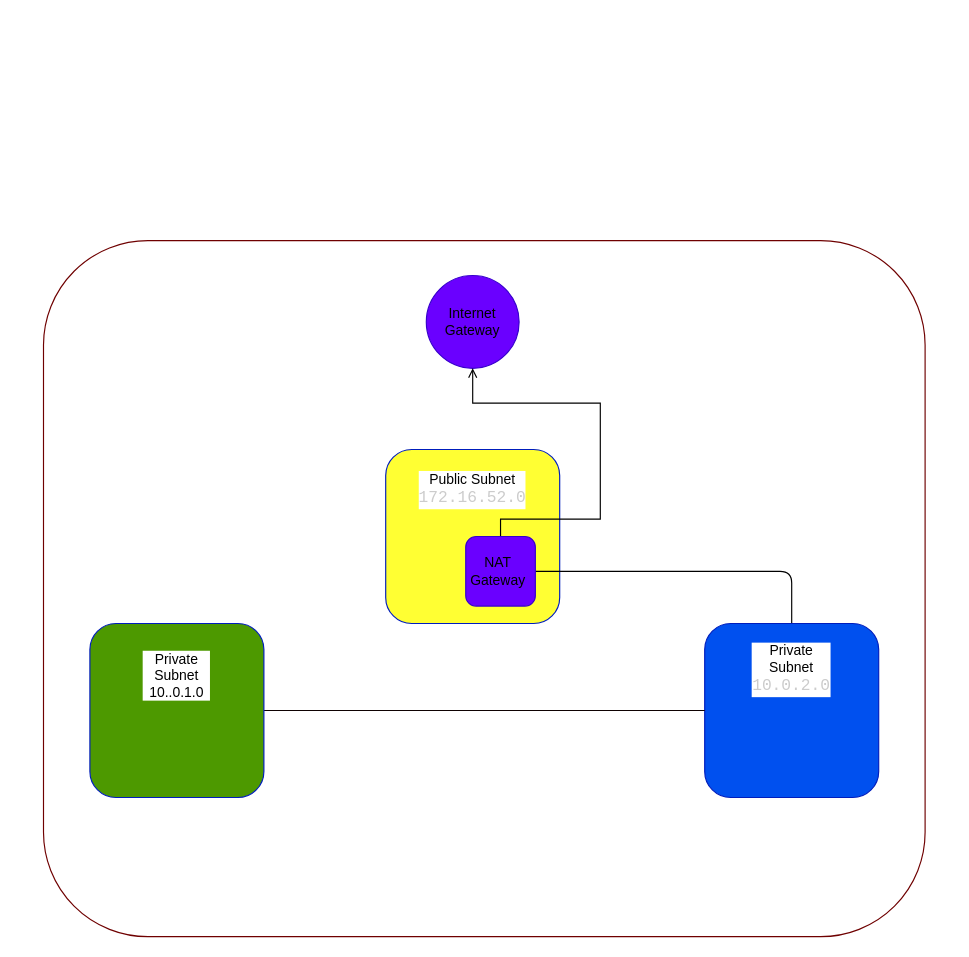
Before: Networking/Network_diagram_assignment6.drawio in techgrounds/techgrounds-Jeroen-Immerzeel, a draw.io diagram. Source tidied: cells renumbered, new cells numbered last; positions are measured from the earlier drawing's top-left corner, leaving out a move shared by most shapes. Both pictures are drawn from the tidied source at 116%, with x=0, y=0 at pixel (43, 240).
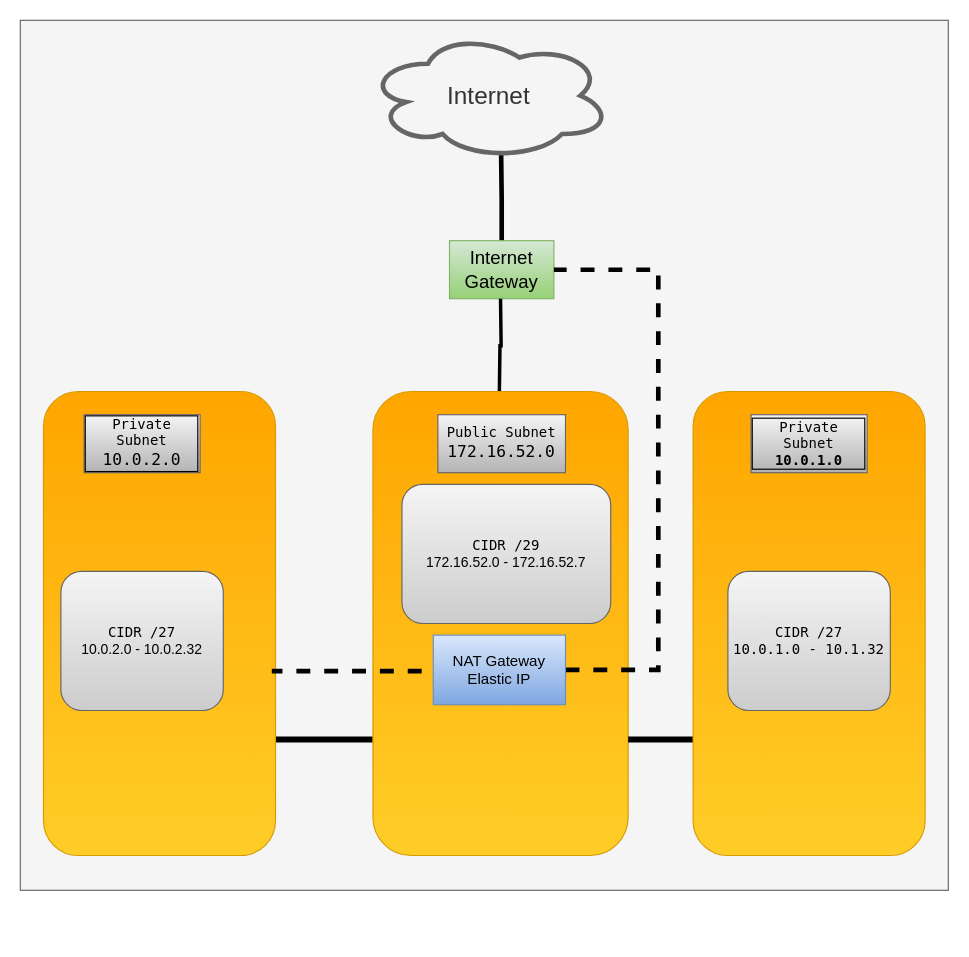
The same diagram, later.

The edit, as a diff of the source:
```diff
@@
-    <mxCell id="2" style="rounded=1;whiteSpace=wrap;html=1;fillColor=#FFFFFF;fontColor=#ffffff;strokeColor=#6F0000;" parent="1" vertex="1">
-      <mxGeometry width="760" height="600" as="geometry" />
-    </mxCell>
-    <mxCell id="3" style="rounded=1;whiteSpace=wrap;html=1;fillColor=#FFFF33;fontColor=#ffffff;strokeColor=#001DBC;" parent="1" vertex="1">
-      <mxGeometry x="295" y="180" width="150" height="150" as="geometry" />
-    </mxCell>
-    <mxCell id="4" style="edgeStyle=orthogonalEdgeStyle;rounded=1;jettySize=auto;html=1;exitX=0.5;exitY=0;exitDx=0;exitDy=0;entryX=1;entryY=0.5;entryDx=0;entryDy=0;strokeColor=#000000;endArrow=none;endFill=0;" parent="1" edge="1" source="5" target="11">
-      <mxGeometry relative="1" as="geometry">
-        <Array as="points">
-          <mxPoint x="645" y="285" />
-        </Array>
-      </mxGeometry>
-    </mxCell>
-    <mxCell id="5" style="rounded=1;whiteSpace=wrap;html=1;fillColor=#0050ef;fontColor=#ffffff;strokeColor=#001DBC;" parent="1" vertex="1">
-      <mxGeometry x="570" y="330" width="150" height="150" as="geometry" />
-    </mxCell>
-    <mxCell id="6" style="ellipse;whiteSpace=wrap;html=1;fillColor=#6a00ff;fontColor=#ffffff;strokeColor=#3700CC;" parent="1" vertex="1">
-      <mxGeometry x="330" y="30" width="80" height="80" as="geometry" />
-    </mxCell>
+    <mxCell id="16" style="rounded=0;whiteSpace=wrap;html=1;fillColor=#f5f5f5;strokeColor=#666666;fontColor=#333333;" parent="1" vertex="1">
+      <mxGeometry x="-20" y="-190" width="800" height="750" as="geometry" />
+    </mxCell>
+    <mxCell id="17" style="edgeStyle=orthogonalEdgeStyle;rounded=0;jettySize=auto;html=1;exitX=0;exitY=0.25;exitDx=0;exitDy=0;entryX=1;entryY=0.25;entryDx=0;entryDy=0;strokeWidth=5;endArrow=none;endFill=0;strokeColor=#000000;" parent="1" edge="1" source="18" target="21">
+      <mxGeometry relative="1" as="geometry" />
+    </mxCell>
+    <mxCell id="18" style="rounded=1;whiteSpace=wrap;html=1;direction=west;fillColor=#ffcd28;gradientColor=#ffa500;strokeColor=#d79b00;" parent="1" vertex="1">
+      <mxGeometry y="130" width="200" height="400" as="geometry" />
+    </mxCell>
+    <mxCell id="19" style="edgeStyle=orthogonalEdgeStyle;rounded=0;jettySize=auto;html=1;exitX=0.5;exitY=0;exitDx=0;exitDy=0;entryX=0.55;entryY=0.95;entryDx=0;entryDy=0;entryPerimeter=0;strokeColor=#000000;strokeWidth=4;endArrow=none;endFill=0;" parent="1" edge="1" source="7" target="26">
+      <mxGeometry relative="1" as="geometry" />
+    </mxCell>
-    <mxCell id="7" value="Internet Gateway" style="text;strokeColor=none;align=center;fillColor=none;html=1;verticalAlign=middle;whiteSpace=wrap;rounded=0;" parent="1" vertex="1">
-      <mxGeometry x="340" y="55" width="60" height="30" as="geometry" />
+    <mxCell id="7" value="Internet Gateway" style="text;strokeColor=#82b366;align=center;fillColor=#d5e8d4;html=1;verticalAlign=middle;whiteSpace=wrap;rounded=0;fontSize=16;gradientColor=#97d077;fontColor=#000000;" parent="1" vertex="1">
+      <mxGeometry x="350" width="90" height="50" as="geometry" />
     </mxCell>
+    <mxCell id="20" style="edgeStyle=orthogonalEdgeStyle;rounded=0;orthogonalLoop=1;jettySize=auto;html=1;exitX=0.5;exitY=1;exitDx=0;exitDy=0;entryX=0.5;entryY=1;entryDx=0;entryDy=0;fontColor=#000000;strokeWidth=3;strokeColor=#000000;endArrow=none;endFill=0;" parent="1" edge="1">
+      <mxGeometry relative="1" as="geometry">
+        <mxPoint x="393" y="130" as="sourcePoint" />
+        <mxPoint x="394" y="50" as="targetPoint" />
+      </mxGeometry>
+    </mxCell>
+    <mxCell id="21" style="rounded=1;whiteSpace=wrap;html=1;direction=west;fillColor=#ffcd28;gradientColor=#ffa500;strokeColor=#d79b00;" parent="1" vertex="1">
+      <mxGeometry x="284" y="130" width="220" height="400" as="geometry" />
+    </mxCell>
+    <mxCell id="22" style="edgeStyle=orthogonalEdgeStyle;rounded=0;jettySize=auto;html=1;exitX=1;exitY=0.25;exitDx=0;exitDy=0;entryX=0;entryY=0.25;entryDx=0;entryDy=0;endArrow=none;endFill=0;strokeColor=#000000;strokeWidth=5;" parent="1" edge="1" source="23" target="21">
+      <mxGeometry relative="1" as="geometry" />
+    </mxCell>
+    <mxCell id="23" style="rounded=1;whiteSpace=wrap;html=1;direction=west;glass=0;shadow=0;fillColor=#ffcd28;strokeColor=#d79b00;gradientColor=#ffa500;" parent="1" vertex="1">
+      <mxGeometry x="560" y="130" width="200" height="400" as="geometry" />
+    </mxCell>
+    <mxCell id="24" style="edgeStyle=orthogonalEdgeStyle;rounded=0;jettySize=auto;html=1;exitX=1;exitY=0.5;exitDx=0;exitDy=0;entryX=1;entryY=0.5;entryDx=0;entryDy=0;strokeWidth=4;strokeColor=#000000;endArrow=none;endFill=0;dashed=1;" parent="1" edge="1" source="12" target="7">
+      <mxGeometry relative="1" as="geometry">
+        <Array as="points">
+          <mxPoint x="530" y="370" />
+          <mxPoint x="530" y="25" />
+        </Array>
+      </mxGeometry>
+    </mxCell>
+    <mxCell id="25" style="edgeStyle=orthogonalEdgeStyle;rounded=0;orthogonalLoop=1;jettySize=auto;html=1;exitX=0;exitY=0.5;exitDx=0;exitDy=0;entryX=0.006;entryY=0.405;entryDx=0;entryDy=0;entryPerimeter=0;dashed=1;endArrow=none;endFill=0;strokeWidth=4;strokeColor=#000000;" parent="1" edge="1">
+      <mxGeometry relative="1" as="geometry">
+        <mxPoint x="350" y="371" as="sourcePoint" />
+        <mxPoint x="198.8" y="369" as="targetPoint" />
+        <Array as="points">
+          <mxPoint x="199" y="371" />
+        </Array>
+      </mxGeometry>
+    </mxCell>
+    <mxCell id="12" value="NAT Gateway&lt;br style=&quot;font-size: 13px;&quot;&gt;Elastic IP" style="text;strokeColor=#6c8ebf;align=center;fillColor=#dae8fc;html=1;verticalAlign=middle;whiteSpace=wrap;rounded=0;gradientColor=#7ea6e0;fontColor=#000000;fontSize=13;" parent="1" vertex="1">
+      <mxGeometry x="336" y="340" width="114" height="60" as="geometry" />
+    </mxCell>
+    <mxCell id="9" value="Private Subnet&lt;br&gt;&lt;div style=&quot;font-size: 14px; line-height: 19px;&quot;&gt;10.0.2.0&lt;/div&gt;" style="text;strokeColor=#666666;align=center;fillColor=#f5f5f5;html=1;verticalAlign=middle;whiteSpace=wrap;rounded=0;labelBackgroundColor=none;labelBorderColor=default;gradientColor=#b3b3b3;fontColor=#000000;fontFamily=Lucida Console;" parent="1" vertex="1">
+      <mxGeometry x="35" y="150" width="100" height="50" as="geometry" />
+    </mxCell>
+    <mxCell id="15" value="Private Subnet&lt;br&gt;&lt;b&gt;10.0.1.0&lt;/b&gt;" style="text;align=center;html=1;verticalAlign=middle;whiteSpace=wrap;rounded=0;labelBackgroundColor=none;fontFamily=Lucida Console;fillColor=#f5f5f5;gradientColor=#b3b3b3;strokeColor=#666666;fontColor=#000000;labelBorderColor=default;" parent="1" vertex="1">
+      <mxGeometry x="610" y="150" width="100" height="50" as="geometry" />
+    </mxCell>
-    <mxCell id="8" value="Public Subnet&lt;br&gt;&lt;div style=&quot;color: rgb(204, 204, 204); font-family: Consolas, &amp;quot;Courier New&amp;quot;, monospace; font-size: 14px; line-height: 19px;&quot;&gt;172.16.52.0&lt;/div&gt;" style="text;strokeColor=none;align=center;fillColor=none;html=1;verticalAlign=middle;whiteSpace=wrap;rounded=0;labelBackgroundColor=default;" parent="1" vertex="1">
-      <mxGeometry x="340" y="200" width="60" height="30" as="geometry" />
+    <mxCell id="8" value="Public Subnet&lt;br&gt;&lt;div style=&quot;font-size: 14px; line-height: 19px;&quot;&gt;172.16.52.0&lt;/div&gt;" style="text;strokeColor=#666666;align=center;fillColor=#f5f5f5;html=1;verticalAlign=middle;whiteSpace=wrap;rounded=0;labelBackgroundColor=none;gradientColor=#b3b3b3;fontColor=#000000;fontFamily=Lucida Console;" parent="1" vertex="1">
+      <mxGeometry x="340" y="150" width="110" height="50" as="geometry" />
     </mxCell>
-    <mxCell id="9" value="Private Subnet&lt;br&gt;&lt;div style=&quot;color: rgb(204, 204, 204); font-family: Consolas, &amp;quot;Courier New&amp;quot;, monospace; font-size: 14px; line-height: 19px;&quot;&gt;10.0.2.0&lt;/div&gt;" style="text;strokeColor=none;align=center;fillColor=none;html=1;verticalAlign=middle;whiteSpace=wrap;rounded=0;labelBackgroundColor=default;" parent="1" vertex="1">
-      <mxGeometry x="615" y="350" width="60" height="40" as="geometry" />
-    </mxCell>
-    <mxCell id="10" style="edgeStyle=orthogonalEdgeStyle;rounded=0;jettySize=auto;html=1;exitX=0.5;exitY=0;exitDx=0;exitDy=0;entryX=0.5;entryY=1;entryDx=0;entryDy=0;strokeColor=#000000;endArrow=open;endFill=0;" parent="1" edge="1" source="11" target="6">
-      <mxGeometry relative="1" as="geometry">
-        <Array as="points">
-          <mxPoint x="394" y="240" />
-          <mxPoint x="480" y="240" />
-          <mxPoint x="480" y="140" />
-          <mxPoint x="370" y="140" />
-        </Array>
-      </mxGeometry>
-    </mxCell>
-    <mxCell id="11" style="rounded=1;whiteSpace=wrap;html=1;fillColor=#6a00ff;fontColor=#ffffff;strokeColor=#3700CC;" parent="1" vertex="1">
-      <mxGeometry x="364" y="255" width="60" height="60" as="geometry" />
-    </mxCell>
-    <mxCell id="12" value="NAT Gateway" style="text;strokeColor=none;align=center;fillColor=none;html=1;verticalAlign=middle;whiteSpace=wrap;rounded=0;" parent="1" vertex="1">
-      <mxGeometry x="384" y="270" width="16" height="30" as="geometry" />
-    </mxCell>
-    <mxCell id="13" style="edgeStyle=orthogonalEdgeStyle;rounded=0;jettySize=auto;html=1;exitX=1;exitY=0.5;exitDx=0;exitDy=0;entryX=0;entryY=0.5;entryDx=0;entryDy=0;strokeColor=#0e0101;endArrow=none;endFill=0;" parent="1" edge="1" source="14" target="5">
-      <mxGeometry relative="1" as="geometry" />
-    </mxCell>
-    <mxCell id="14" style="rounded=1;whiteSpace=wrap;html=1;fillColor=#4D9900;fontColor=#ffffff;strokeColor=#001DBC;" parent="1" vertex="1">
-      <mxGeometry x="40" y="330" width="150" height="150" as="geometry" />
-    </mxCell>
-    <mxCell id="15" value="Private Subnet&lt;br&gt;10..0.1.0&lt;br&gt;" style="text;align=center;html=1;verticalAlign=middle;whiteSpace=wrap;rounded=0;labelBackgroundColor=default;" parent="1" vertex="1">
-      <mxGeometry x="85" y="360" width="60" height="30" as="geometry" />
-    </mxCell>
+    <mxCell id="26" value="&lt;font style=&quot;font-size: 21px;&quot;&gt;Internet&lt;/font&gt;" style="ellipse;shape=cloud;whiteSpace=wrap;html=1;fillColor=#f5f5f5;fontColor=#333333;strokeColor=#666666;strokeWidth=4;" parent="1" vertex="1">
+      <mxGeometry x="279" y="-180" width="210" height="110" as="geometry" />
+    </mxCell>
+    <mxCell id="27" value="&lt;font color=&quot;#000000&quot;&gt;&lt;font face=&quot;Lucida Console&quot;&gt;CIDR /27&lt;br&gt;10.0.1.0 - 10.1.32&lt;/font&gt;&lt;br&gt;&lt;/font&gt;" style="rounded=1;whiteSpace=wrap;html=1;fillColor=#f5f5f5;strokeColor=#666666;gradientColor=#CCCCCC;" parent="1" vertex="1">
+      <mxGeometry x="590" y="285" width="140" height="120" as="geometry" />
+    </mxCell>
+    <mxCell id="28" value="&lt;font color=&quot;#000000&quot;&gt;&lt;font face=&quot;Lucida Console&quot;&gt;CIDR /29&lt;br&gt;&lt;/font&gt;172.16.52.0 - 172.16.52.7&lt;br&gt;&lt;/font&gt;" style="rounded=1;whiteSpace=wrap;html=1;fillColor=#f5f5f5;strokeColor=#666666;gradientColor=#CCCCCC;" parent="1" vertex="1">
+      <mxGeometry x="309" y="210" width="180" height="120" as="geometry" />
+    </mxCell>
+    <mxCell id="29" value="&lt;font color=&quot;#000000&quot;&gt;&lt;font face=&quot;Lucida Console&quot;&gt;CIDR /27&lt;br&gt;&lt;/font&gt;10.0.2.0 - 10.0.2.32&lt;br&gt;&lt;/font&gt;" style="rounded=1;whiteSpace=wrap;html=1;fillColor=#f5f5f5;strokeColor=#666666;gradientColor=#CCCCCC;" parent="1" vertex="1">
+      <mxGeometry x="15" y="285" width="140" height="120" as="geometry" />
+    </mxCell>
```
